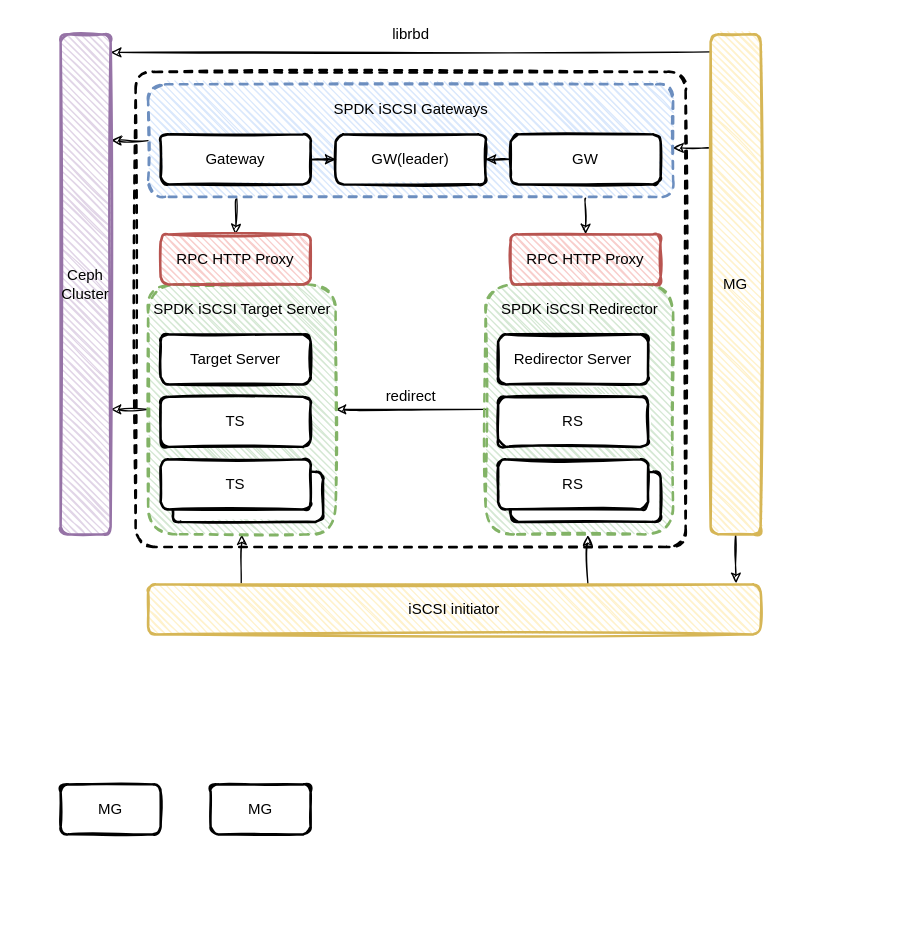
Above: page "spdk iscsi gateway" (3 of 3) of spdk/spdk_iscsi.drawio in EarthWind/deeparch (draw.io), before the change. Source tidied: cells renumbered, new cells numbered last; positions are measured from the earlier drawing's top-left corner, leaving out a move shared by most shapes. Both pictures are drawn from the tidied source at 125%, with x=0, y=0 at pixel (60, 21).
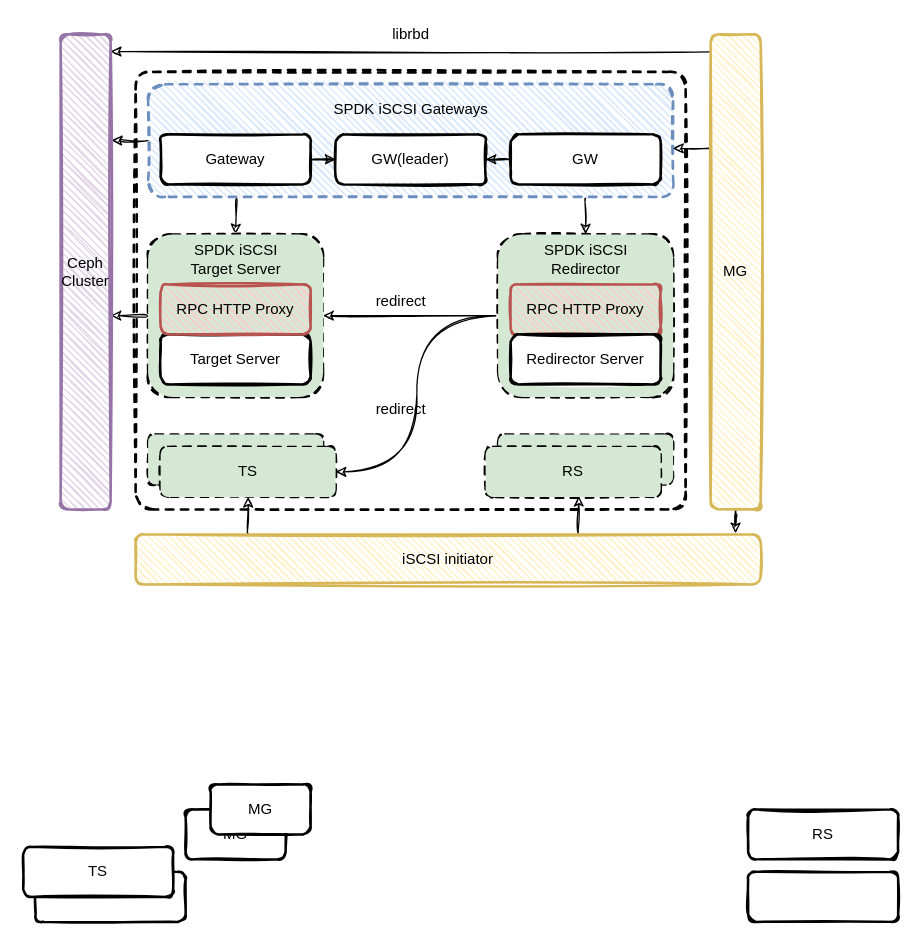
After the change.

The change refers to these unchanged cells:
```xml
<mxCell id="11" style="rounded=1;whiteSpace=wrap;html=1;strokeWidth=2;fillWeight=1;hachureGap=4;hachureAngle=45;sketch=1;shadow=0;fontSize=12;dashed=1;fillColor=#dae8fc;strokeColor=#6c8ebf;" parent="1" vertex="1">
  <mxGeometry x="70" y="50" width="420" height="90" as="geometry" />
</mxCell>
```

Diff of the diagram source:
```diff
@@
     <mxCell id="2" style="rounded=1;whiteSpace=wrap;html=1;strokeWidth=2;fillWeight=1;hachureGap=4;hachureAngle=45;sketch=1;shadow=0;fontSize=12;dashed=1;arcSize=4;" parent="1" vertex="1">
-      <mxGeometry x="60" y="40" width="440" height="380" as="geometry" />
+      <mxGeometry x="60" y="40" width="440" height="350" as="geometry" />
     </mxCell>
-    <mxCell id="3" style="edgeStyle=orthogonalEdgeStyle;curved=1;rounded=0;sketch=1;jettySize=auto;html=1;entryX=0;entryY=0.5;entryDx=0;entryDy=0;startArrow=classic;startFill=1;endArrow=none;endFill=0;" parent="1" edge="1" source="6" target="26">
-      <mxGeometry relative="1" as="geometry" />
+    <mxCell id="3" style="edgeStyle=orthogonalEdgeStyle;curved=1;rounded=0;sketch=1;orthogonalLoop=1;jettySize=auto;html=1;entryX=0;entryY=0.5;entryDx=0;entryDy=0;startArrow=classic;startFill=1;endArrow=none;endFill=0;" parent="1" edge="1">
+      <mxGeometry relative="1" as="geometry">
+        <mxPoint x="210" y="235" as="sourcePoint" />
+        <mxPoint x="350" y="235" as="targetPoint" />
+      </mxGeometry>
     </mxCell>
-    <mxCell id="4" style="edgeStyle=orthogonalEdgeStyle;curved=1;rounded=0;sketch=1;jettySize=auto;html=1;startArrow=none;startFill=0;" parent="1" edge="1" source="6">
+    <mxCell id="4" style="edgeStyle=orthogonalEdgeStyle;curved=1;rounded=0;sketch=1;orthogonalLoop=1;jettySize=auto;html=1;startArrow=none;startFill=0;" parent="1" edge="1">
       <mxGeometry relative="1" as="geometry">
-        <mxPoint x="40" y="310" as="targetPoint" />
+        <mxPoint x="70" y="235" as="sourcePoint" />
+        <mxPoint x="40" y="235" as="targetPoint" />
       </mxGeometry>
     </mxCell>
-    <mxCell id="5" style="edgeStyle=orthogonalEdgeStyle;curved=1;rounded=0;sketch=1;jettySize=auto;html=1;startArrow=classic;startFill=1;entryX=0.152;entryY=-0.029;entryDx=0;entryDy=0;entryPerimeter=0;endArrow=none;endFill=0;" parent="1" edge="1" source="6" target="33">
-      <mxGeometry relative="1" as="geometry" />
-    </mxCell>
-    <mxCell id="6" style="rounded=1;whiteSpace=wrap;html=1;strokeWidth=2;fillWeight=1;hachureGap=4;hachureAngle=45;sketch=1;shadow=0;fontSize=12;dashed=1;fillColor=#d5e8d4;strokeColor=#82b366;" parent="1" vertex="1">
-      <mxGeometry x="70" y="210" width="150" height="200" as="geometry" />
-    </mxCell>
     <mxCell id="7" style="rounded=1;whiteSpace=wrap;html=1;strokeWidth=2;fillWeight=4;hachureGap=8;hachureAngle=45;sketch=1;shadow=0;fontSize=12;fontColor=#000000;fillColor=#FFFFFF;" parent="1" vertex="1">
-      <mxGeometry x="90" y="360" width="120" height="40" as="geometry" />
+      <mxGeometry x="-20" y="680" width="120" height="40" as="geometry" />
     </mxCell>
-    <mxCell id="8" style="edgeStyle=orthogonalEdgeStyle;curved=1;rounded=0;sketch=1;jettySize=auto;html=1;entryX=0.5;entryY=0;entryDx=0;entryDy=0;exitX=0.169;exitY=1.017;exitDx=0;exitDy=0;exitPerimeter=0;" parent="1" edge="1" source="11" target="36">
-      <mxGeometry relative="1" as="geometry" />
-    </mxCell>
-    <mxCell id="9" style="edgeStyle=orthogonalEdgeStyle;curved=1;rounded=0;sketch=1;jettySize=auto;html=1;entryX=0.5;entryY=0;entryDx=0;entryDy=0;startArrow=none;startFill=0;" parent="1" edge="1" target="37">
+    <mxCell id="9" style="edgeStyle=orthogonalEdgeStyle;curved=1;rounded=0;sketch=1;orthogonalLoop=1;jettySize=auto;html=1;entryX=0.5;entryY=0;entryDx=0;entryDy=0;startArrow=none;startFill=0;" parent="1" edge="1">
       <mxGeometry relative="1" as="geometry">
         <mxPoint x="420" y="141" as="sourcePoint" />
-        <Array as="points">
-          <mxPoint x="420" y="141" />
-        </Array>
+        <mxPoint x="420" y="170" as="targetPoint" />
       </mxGeometry>
     </mxCell>
-    <mxCell id="10" style="edgeStyle=orthogonalEdgeStyle;curved=1;rounded=0;sketch=1;jettySize=auto;html=1;startArrow=none;startFill=0;entryX=1.007;entryY=0.212;entryDx=0;entryDy=0;entryPerimeter=0;" parent="1" edge="1" source="11" target="34">
+    <mxCell id="10" style="edgeStyle=orthogonalEdgeStyle;curved=1;rounded=0;sketch=1;jettySize=auto;html=1;startArrow=none;startFill=0;entryX=1.02;entryY=0.223;entryDx=0;entryDy=0;entryPerimeter=0;" parent="1" edge="1" source="11" target="34">
       <mxGeometry relative="1" as="geometry" />
     </mxCell>
+    <mxCell id="41" style="edgeStyle=orthogonalEdgeStyle;rounded=0;jettySize=auto;html=1;entryX=0.5;entryY=0;entryDx=0;entryDy=0;sketch=1;curved=1;exitX=0.168;exitY=1.016;exitDx=0;exitDy=0;exitPerimeter=0;" parent="1" edge="1" source="11">
+      <mxGeometry relative="1" as="geometry">
+        <mxPoint x="140" y="170" as="targetPoint" />
+      </mxGeometry>
+    </mxCell>
@@
-    <mxCell id="18" style="edgeStyle=orthogonalEdgeStyle;rounded=0;sketch=1;jettySize=auto;html=1;curved=1;exitX=-0.025;exitY=0.227;exitDx=0;exitDy=0;exitPerimeter=0;" parent="1" edge="1" source="21">
+    <mxCell id="18" style="edgeStyle=orthogonalEdgeStyle;rounded=0;sketch=1;jettySize=auto;html=1;curved=1;exitX=0.009;exitY=0.24;exitDx=0;exitDy=0;exitPerimeter=0;" parent="1" edge="1" source="21">
       <mxGeometry relative="1" as="geometry">
         <mxPoint x="490" y="101" as="targetPoint" />
       </mxGeometry>
     </mxCell>
@@
     <mxCell id="21" value="MG" style="rounded=1;whiteSpace=wrap;html=1;strokeWidth=2;fillWeight=1;hachureGap=4;hachureAngle=45;sketch=1;shadow=0;fontSize=12;fillColor=#fff2cc;strokeColor=#d6b656;" parent="1" vertex="1">
-      <mxGeometry x="520" y="10" width="40" height="400" as="geometry" />
+      <mxGeometry x="520" y="10" width="40" height="380" as="geometry" />
     </mxCell>
-    <mxCell id="22" value="Target Server" style="rounded=1;whiteSpace=wrap;html=1;strokeWidth=2;fillWeight=4;hachureGap=8;hachureAngle=45;sketch=1;shadow=0;fontSize=12;fontColor=#000000;fillColor=#FFFFFF;" parent="1" vertex="1">
-      <mxGeometry x="80" y="250" width="120" height="40" as="geometry" />
-    </mxCell>
-    <mxCell id="23" value="TS" style="rounded=1;whiteSpace=wrap;html=1;strokeWidth=2;fillWeight=4;hachureGap=8;hachureAngle=45;sketch=1;shadow=0;fontSize=12;fontColor=#000000;fillColor=#FFFFFF;" parent="1" vertex="1">
-      <mxGeometry x="80" y="300" width="120" height="40" as="geometry" />
-    </mxCell>
     <mxCell id="24" value="TS" style="rounded=1;whiteSpace=wrap;html=1;strokeWidth=2;fillWeight=4;hachureGap=8;hachureAngle=45;sketch=1;shadow=0;fontSize=12;fontColor=#000000;fillColor=#FFFFFF;" parent="1" vertex="1">
-      <mxGeometry x="80" y="350" width="120" height="40" as="geometry" />
+      <mxGeometry x="-30" y="660" width="120" height="40" as="geometry" />
     </mxCell>
-    <mxCell id="25" value="SPDK iSCSI Target Server" style="text;html=1;align=center;verticalAlign=middle;strokeColor=none;" parent="1" vertex="1">
-      <mxGeometry x="65" y="220" width="160" height="20" as="geometry" />
-    </mxCell>
-    <mxCell id="26" style="rounded=1;whiteSpace=wrap;html=1;strokeWidth=2;fillWeight=1;hachureGap=4;hachureAngle=45;sketch=1;shadow=0;fontSize=12;dashed=1;fillColor=#d5e8d4;strokeColor=#82b366;" parent="1" vertex="1">
-      <mxGeometry x="340" y="210" width="150" height="200" as="geometry" />
-    </mxCell>
-    <mxCell id="27" style="edgeStyle=orthogonalEdgeStyle;curved=1;rounded=0;sketch=1;jettySize=auto;html=1;startArrow=classic;startFill=1;exitX=0.545;exitY=1.004;exitDx=0;exitDy=0;exitPerimeter=0;entryX=0.718;entryY=-0.015;entryDx=0;entryDy=0;entryPerimeter=0;endArrow=none;endFill=0;" parent="1" edge="1" source="26" target="33">
-      <mxGeometry relative="1" as="geometry" />
-    </mxCell>
+    <mxCell id="42" style="edgeStyle=orthogonalEdgeStyle;curved=1;rounded=0;sketch=1;jettySize=auto;html=1;entryX=1;entryY=0.5;entryDx=0;entryDy=0;" parent="1" edge="1" target="23">
+      <mxGeometry relative="1" as="geometry">
+        <mxPoint x="350" y="235" as="sourcePoint" />
+      </mxGeometry>
+    </mxCell>
     <mxCell id="28" style="rounded=1;whiteSpace=wrap;html=1;strokeWidth=2;fillWeight=4;hachureGap=8;hachureAngle=45;sketch=1;shadow=0;fontSize=12;fontColor=#000000;fillColor=#FFFFFF;" parent="1" vertex="1">
-      <mxGeometry x="360" y="360" width="120" height="40" as="geometry" />
+      <mxGeometry x="550" y="680" width="120" height="40" as="geometry" />
     </mxCell>
-    <mxCell id="29" value="Redirector Server" style="rounded=1;whiteSpace=wrap;html=1;strokeWidth=2;fillWeight=4;hachureGap=8;hachureAngle=45;sketch=1;shadow=0;fontSize=12;fontColor=#000000;fillColor=#FFFFFF;" parent="1" vertex="1">
-      <mxGeometry x="350" y="250" width="120" height="40" as="geometry" />
-    </mxCell>
-    <mxCell id="30" value="RS" style="rounded=1;whiteSpace=wrap;html=1;strokeWidth=2;fillWeight=4;hachureGap=8;hachureAngle=45;sketch=1;shadow=0;fontSize=12;fontColor=#000000;fillColor=#FFFFFF;" parent="1" vertex="1">
-      <mxGeometry x="350" y="300" width="120" height="40" as="geometry" />
-    </mxCell>
     <mxCell id="31" value="RS" style="rounded=1;whiteSpace=wrap;html=1;strokeWidth=2;fillWeight=4;hachureGap=8;hachureAngle=45;sketch=1;shadow=0;fontSize=12;fontColor=#000000;fillColor=#FFFFFF;" parent="1" vertex="1">
-      <mxGeometry x="350" y="350" width="120" height="40" as="geometry" />
+      <mxGeometry x="550" y="630" width="120" height="40" as="geometry" />
     </mxCell>
-    <mxCell id="32" value="SPDK iSCSI Redirector" style="text;html=1;align=center;verticalAlign=middle;strokeColor=none;" parent="1" vertex="1">
-      <mxGeometry x="345" y="220" width="140" height="20" as="geometry" />
-    </mxCell>
+    <mxCell id="43" style="edgeStyle=orthogonalEdgeStyle;curved=1;rounded=0;sketch=1;jettySize=auto;html=1;entryX=0.532;entryY=0.979;entryDx=0;entryDy=0;entryPerimeter=0;exitX=0.709;exitY=0;exitDx=0;exitDy=0;exitPerimeter=0;" parent="1" edge="1" source="33">
+      <mxGeometry relative="1" as="geometry">
+        <mxPoint x="414.5" y="379.2" as="targetPoint" />
+      </mxGeometry>
+    </mxCell>
+    <mxCell id="44" style="edgeStyle=orthogonalEdgeStyle;curved=1;rounded=0;sketch=1;jettySize=auto;html=1;entryX=0.5;entryY=1;entryDx=0;entryDy=0;exitX=0.18;exitY=-0.014;exitDx=0;exitDy=0;exitPerimeter=0;" parent="1" edge="1" source="33">
+      <mxGeometry relative="1" as="geometry">
+        <mxPoint x="150" y="380" as="targetPoint" />
+      </mxGeometry>
+    </mxCell>
     <mxCell id="33" value="iSCSI initiator" style="rounded=1;whiteSpace=wrap;html=1;strokeWidth=2;fillWeight=1;hachureGap=4;hachureAngle=45;sketch=1;shadow=0;fontSize=12;fillColor=#fff2cc;strokeColor=#d6b656;" parent="1" vertex="1">
-      <mxGeometry x="70" y="450" width="490" height="40" as="geometry" />
+      <mxGeometry x="60" y="410" width="500" height="40" as="geometry" />
     </mxCell>
     <mxCell id="34" value="Ceph&lt;br&gt;Cluster" style="rounded=1;whiteSpace=wrap;html=1;strokeWidth=2;fillWeight=1;hachureGap=4;hachureAngle=45;sketch=1;shadow=0;fontSize=12;fillColor=#e1d5e7;strokeColor=#9673a6;" parent="1" vertex="1">
-      <mxGeometry y="10" width="40" height="400" as="geometry" />
+      <mxGeometry y="10" width="40" height="380" as="geometry" />
     </mxCell>
-    <mxCell id="35" value="redirect" style="text;html=1;align=center;verticalAlign=middle;strokeColor=none;" parent="1" vertex="1">
-      <mxGeometry x="250" y="290" width="60" height="20" as="geometry" />
-    </mxCell>
-    <mxCell id="36" value="RPC HTTP Proxy" style="rounded=1;whiteSpace=wrap;html=1;strokeWidth=2;fillWeight=1;hachureGap=4;hachureAngle=45;sketch=1;shadow=0;fontSize=12;fillColor=#f8cecc;strokeColor=#b85450;" parent="1" vertex="1">
-      <mxGeometry x="80" y="170" width="120" height="40" as="geometry" />
-    </mxCell>
-    <mxCell id="37" value="RPC HTTP Proxy" style="rounded=1;whiteSpace=wrap;html=1;strokeWidth=2;fillWeight=1;hachureGap=4;hachureAngle=45;sketch=1;shadow=0;fontSize=12;fillColor=#f8cecc;strokeColor=#b85450;" parent="1" vertex="1">
-      <mxGeometry x="360" y="170" width="120" height="40" as="geometry" />
-    </mxCell>
@@
     <mxCell id="39" value="MG" style="rounded=1;whiteSpace=wrap;html=1;strokeWidth=2;fillWeight=4;hachureGap=8;hachureAngle=45;sketch=1;shadow=0;fontSize=12;fontColor=#000000;fillColor=#FFFFFF;" parent="1" vertex="1">
-      <mxGeometry y="610" width="80" height="40" as="geometry" />
+      <mxGeometry x="100" y="630" width="80" height="40" as="geometry" />
     </mxCell>
@@
+    <mxCell id="45" value="redirect" style="text;html=1;align=center;verticalAlign=middle;strokeColor=none;" parent="1" vertex="1">
+      <mxGeometry x="242" y="214" width="60" height="20" as="geometry" />
+    </mxCell>
+    <mxCell id="46" value="redirect" style="text;html=1;align=center;verticalAlign=middle;strokeColor=none;" parent="1" vertex="1">
+      <mxGeometry x="242" y="300" width="60" height="20" as="geometry" />
+    </mxCell>
+    <mxCell id="47" style="group;" parent="1" vertex="1">
+      <mxGeometry x="350" y="170" width="140" height="130" as="geometry" />
+    </mxCell>
+    <mxCell id="48" style="rounded=1;whiteSpace=wrap;html=1;strokeWidth=2;fillWeight=1;hachureGap=4;hachureAngle=45;sketch=1;shadow=0;fontSize=12;dashed=1;fillColor=#FFFFFF;" parent="47" vertex="1">
+      <mxGeometry width="140" height="130" as="geometry" />
+    </mxCell>
+    <mxCell id="49" style="rounded=1;whiteSpace=wrap;html=1;strokeWidth=2;fillWeight=1;hachureGap=4;hachureAngle=45;sketch=0;shadow=0;fontSize=12;dashed=1;fillColor=#d5e8d4;strokeColor=none;" parent="47" vertex="1">
+      <mxGeometry width="140" height="130" as="geometry" />
+    </mxCell>
+    <mxCell id="32" value="SPDK iSCSI &lt;br&gt;Redirector" style="text;html=1;align=center;verticalAlign=middle;strokeColor=none;" parent="47" vertex="1">
+      <mxGeometry x="30" y="5" width="80" height="30" as="geometry" />
+    </mxCell>
+    <mxCell id="37" value="RPC HTTP Proxy" style="rounded=1;whiteSpace=wrap;html=1;strokeWidth=2;fillWeight=1;hachureGap=4;hachureAngle=45;sketch=1;shadow=0;fontSize=12;fillColor=#f8cecc;strokeColor=#b85450;" parent="1" vertex="1">
+      <mxGeometry x="360" y="210" width="120" height="40" as="geometry" />
+    </mxCell>
+    <mxCell id="29" value="Redirector Server" style="rounded=1;whiteSpace=wrap;html=1;strokeWidth=2;fillWeight=4;hachureGap=8;hachureAngle=45;sketch=1;shadow=0;fontSize=12;fontColor=#000000;fillColor=#FFFFFF;" parent="1" vertex="1">
+      <mxGeometry x="360" y="250" width="120" height="40" as="geometry" />
+    </mxCell>
+    <mxCell id="50" style="group;" parent="1" vertex="1">
+      <mxGeometry x="350" y="330" width="140" height="50" as="geometry" />
+    </mxCell>
+    <mxCell id="51" style="rounded=1;whiteSpace=wrap;html=1;strokeWidth=2;fillWeight=1;hachureGap=4;hachureAngle=45;sketch=1;shadow=0;fontSize=12;dashed=1;fillColor=#FFFFFF;" parent="50" vertex="1">
+      <mxGeometry width="140" height="40" as="geometry" />
+    </mxCell>
+    <mxCell id="52" style="rounded=1;whiteSpace=wrap;html=1;strokeWidth=2;fillWeight=1;hachureGap=4;hachureAngle=45;sketch=0;shadow=0;fontSize=12;dashed=1;fillColor=#d5e8d4;strokeColor=none;" parent="50" vertex="1">
+      <mxGeometry width="140" height="40" as="geometry" />
+    </mxCell>
+    <mxCell id="53" style="group;" parent="50" vertex="1">
+      <mxGeometry x="-10" y="10" width="140" height="40" as="geometry" />
+    </mxCell>
+    <mxCell id="54" style="rounded=1;whiteSpace=wrap;html=1;strokeWidth=2;fillWeight=1;hachureGap=4;hachureAngle=45;sketch=1;shadow=0;fontSize=12;dashed=1;fillColor=#FFFFFF;" parent="53" vertex="1">
+      <mxGeometry width="140" height="40" as="geometry" />
+    </mxCell>
+    <mxCell id="30" value="RS" style="rounded=1;whiteSpace=wrap;html=1;strokeWidth=2;fillWeight=1;hachureGap=4;hachureAngle=45;sketch=0;shadow=0;fontSize=12;dashed=1;fillColor=#d5e8d4;strokeColor=none;" parent="53" vertex="1">
+      <mxGeometry width="140" height="40" as="geometry" />
+    </mxCell>
+    <mxCell id="55" style="group;" parent="1" vertex="1">
+      <mxGeometry x="70" y="330" width="150" height="50" as="geometry" />
+    </mxCell>
+    <mxCell id="56" style="rounded=1;whiteSpace=wrap;html=1;strokeWidth=2;fillWeight=1;hachureGap=4;hachureAngle=45;sketch=1;shadow=0;fontSize=12;dashed=1;fillColor=#FFFFFF;" parent="55" vertex="1">
+      <mxGeometry width="140" height="40" as="geometry" />
+    </mxCell>
+    <mxCell id="57" style="rounded=1;whiteSpace=wrap;html=1;strokeWidth=2;fillWeight=1;hachureGap=4;hachureAngle=45;sketch=0;shadow=0;fontSize=12;dashed=1;fillColor=#d5e8d4;strokeColor=none;" parent="55" vertex="1">
+      <mxGeometry width="140" height="40" as="geometry" />
+    </mxCell>
+    <mxCell id="58" style="group;" parent="55" vertex="1">
+      <mxGeometry x="10" y="10" width="140" height="40" as="geometry" />
+    </mxCell>
+    <mxCell id="59" style="rounded=1;whiteSpace=wrap;html=1;strokeWidth=2;fillWeight=1;hachureGap=4;hachureAngle=45;sketch=1;shadow=0;fontSize=12;dashed=1;fillColor=#FFFFFF;" parent="58" vertex="1">
+      <mxGeometry width="140" height="40" as="geometry" />
+    </mxCell>
+    <mxCell id="23" value="TS" style="rounded=1;whiteSpace=wrap;html=1;strokeWidth=2;fillWeight=1;hachureGap=4;hachureAngle=45;sketch=0;shadow=0;fontSize=12;dashed=1;fillColor=#d5e8d4;strokeColor=none;" parent="58" vertex="1">
+      <mxGeometry width="140" height="40" as="geometry" />
+    </mxCell>
+    <mxCell id="60" style="group;" parent="1" vertex="1">
+      <mxGeometry x="70" y="170" width="140" height="130" as="geometry" />
+    </mxCell>
+    <mxCell id="61" style="rounded=1;whiteSpace=wrap;html=1;strokeWidth=2;fillWeight=1;hachureGap=4;hachureAngle=45;sketch=1;shadow=0;fontSize=12;dashed=1;fillColor=#FFFFFF;" parent="60" vertex="1">
+      <mxGeometry width="140" height="130" as="geometry" />
+    </mxCell>
+    <mxCell id="62" style="rounded=1;whiteSpace=wrap;html=1;strokeWidth=2;fillWeight=1;hachureGap=4;hachureAngle=45;sketch=0;shadow=0;fontSize=12;dashed=1;fillColor=#d5e8d4;strokeColor=none;" parent="60" vertex="1">
+      <mxGeometry width="140" height="130" as="geometry" />
+    </mxCell>
+    <mxCell id="25" value="SPDK iSCSI&lt;br&gt;Target Server" style="text;html=1;align=center;verticalAlign=middle;strokeColor=none;" parent="60" vertex="1">
+      <mxGeometry x="25" y="5" width="90" height="30" as="geometry" />
+    </mxCell>
+    <mxCell id="22" value="Target Server" style="rounded=1;whiteSpace=wrap;html=1;strokeWidth=2;fillWeight=4;hachureGap=8;hachureAngle=45;sketch=1;shadow=0;fontSize=12;fontColor=#000000;fillColor=#FFFFFF;" parent="1" vertex="1">
+      <mxGeometry x="80" y="250" width="120" height="40" as="geometry" />
+    </mxCell>
+    <mxCell id="36" value="RPC HTTP Proxy" style="rounded=1;whiteSpace=wrap;html=1;strokeWidth=2;fillWeight=1;hachureGap=4;hachureAngle=45;sketch=1;shadow=0;fontSize=12;fillColor=#f8cecc;strokeColor=#b85450;" parent="1" vertex="1">
+      <mxGeometry x="80" y="210" width="120" height="40" as="geometry" />
+    </mxCell>
```
